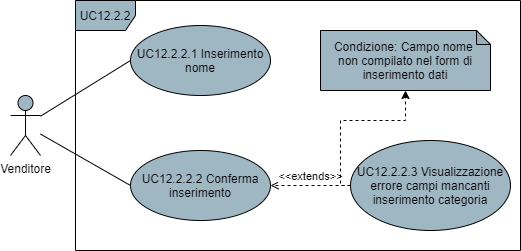
Before: DocumentazioneEsterna/AnalisiDeiRequisiti/res/UseCase/Immagini/InserimentoCategoria.png, a diagram exported from draw.io (Omicron-Team/Documentazione). Source tidied: cells renumbered, new cells last; positions are measured from the earlier drawing's top-left corner, leaving out a move shared by most shapes.
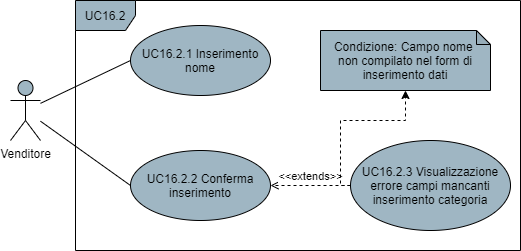
Later version of the same file.

What changed in the source:
```diff
@@ -9,15 +9,15 @@
       <mxGeometry relative="1" as="geometry" />
     </mxCell>
     <mxCell id="4" value="Venditore" style="shape=umlActor;verticalLabelPosition=bottom;verticalAlign=top;html=1;fillColor=#9FB6C3;" parent="1" vertex="1">
-      <mxGeometry y="95" width="30" height="60" as="geometry" />
+      <mxGeometry y="80" width="30" height="60" as="geometry" />
     </mxCell>
-    <mxCell id="5" value="UC12.2.2" style="shape=umlFrame;whiteSpace=wrap;html=1;fillColor=#9FB6C3;" parent="1" vertex="1">
+    <mxCell id="5" value="UC16.2" style="shape=umlFrame;whiteSpace=wrap;html=1;fillColor=#9FB6C3;" parent="1" vertex="1">
       <mxGeometry x="65" width="445" height="250" as="geometry" />
     </mxCell>
-    <mxCell id="6" value="UC12.2.2.1 Inserimento nome" style="ellipse;whiteSpace=wrap;html=1;fillColor=#9FB6C3;" parent="1" vertex="1">
+    <mxCell id="6" value="UC16.2.1 Inserimento nome" style="ellipse;whiteSpace=wrap;html=1;fillColor=#9FB6C3;" parent="1" vertex="1">
       <mxGeometry x="120" y="25" width="140" height="70" as="geometry" />
     </mxCell>
-    <mxCell id="7" value="UC12.2.2.2 Conferma inserimento" style="ellipse;whiteSpace=wrap;html=1;fillColor=#9FB6C3;" parent="1" vertex="1">
+    <mxCell id="7" value="UC16.2.2 Conferma inserimento" style="ellipse;whiteSpace=wrap;html=1;fillColor=#9FB6C3;" parent="1" vertex="1">
       <mxGeometry x="120" y="150" width="140" height="70" as="geometry" />
     </mxCell>
     <mxCell id="8" value="&amp;lt;&amp;lt;extends&amp;gt;&amp;gt;" style="edgeStyle=orthogonalEdgeStyle;rounded=0;jettySize=auto;html=1;exitX=0;exitY=0.5;exitDx=0;exitDy=0;entryX=1;entryY=0.5;entryDx=0;entryDy=0;endArrow=open;endFill=0;dashed=1;verticalAlign=bottom;align=center;" parent="1" edge="1" source="9" target="7">
@@ -27,7 +27,7 @@
         </Array>
       </mxGeometry>
     </mxCell>
-    <mxCell id="9" value="UC12.2.2.3 Visualizzazione errore campi mancanti inserimento categoria" style="ellipse;whiteSpace=wrap;html=1;fillColor=#9FB6C3;" parent="1" vertex="1">
+    <mxCell id="9" value="UC16.2.3 Visualizzazione errore campi mancanti inserimento categoria" style="ellipse;whiteSpace=wrap;html=1;fillColor=#9FB6C3;" parent="1" vertex="1">
       <mxGeometry x="340" y="140" width="160" height="90" as="geometry" />
     </mxCell>
     <mxCell id="10" value="Condizione: Campo nome &lt;br&gt;non compilato nel form di inserimento dati" style="shape=note;whiteSpace=wrap;html=1;backgroundOutline=1;darkOpacity=0.05;size=14;fillColor=#9FB6C3;" parent="1" vertex="1">
```
